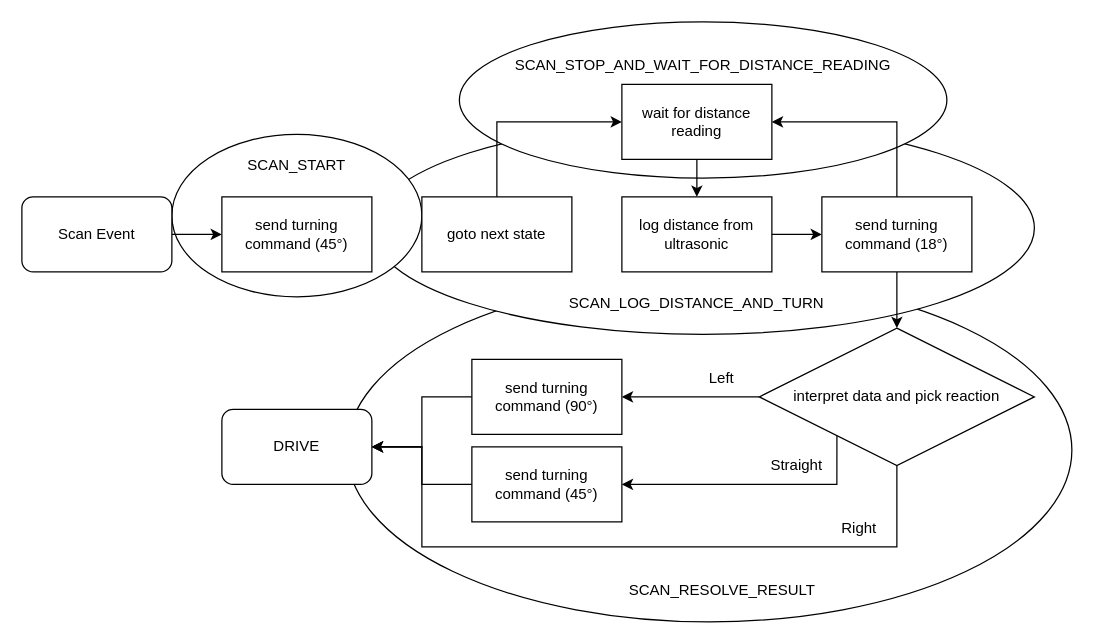
Before: doc/other-files/wandering_scan_diagram.drawio in xonder05/ROS2_For_Adeept_AWR, a draw.io diagram. Source tidied: cells renumbered, new cells numbered last; positions are measured from the earlier drawing's top-left corner, leaving out a move shared by most shapes. Both pictures are drawn from the tidied source at 125%, with x=0, y=0 at pixel (21, 21).
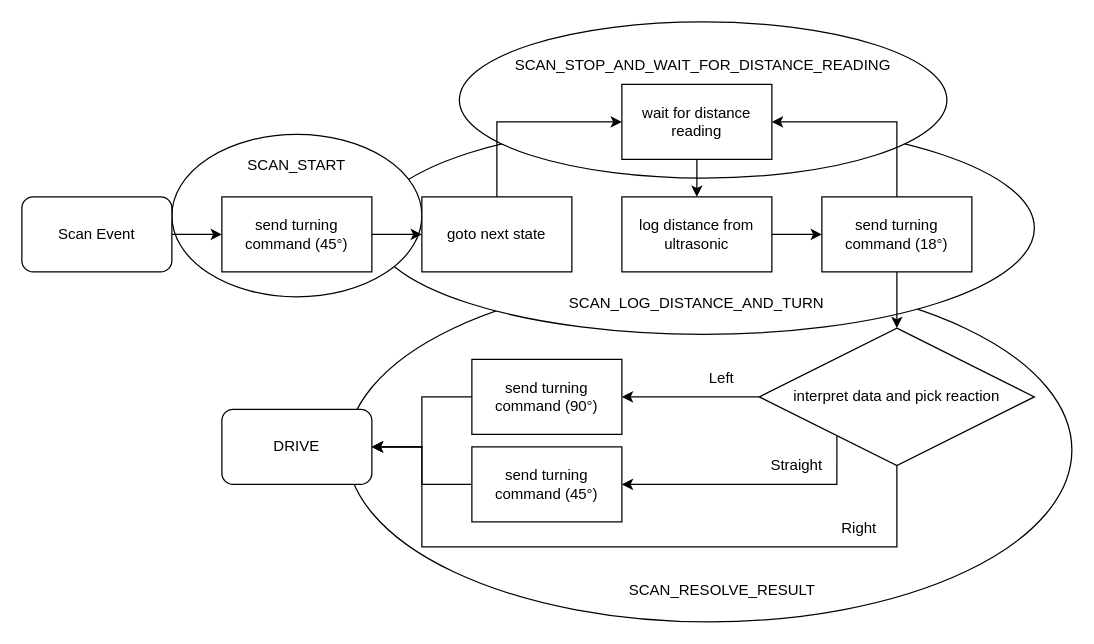
Above is the later version.

Unchanged cells that the change refers to:
```xml
<mxCell id="8" value="send turning command (45°)" style="rounded=0;whiteSpace=wrap;html=1;" parent="1" vertex="1">
  <mxGeometry x="160" y="140" width="120" height="60" as="geometry" />
</mxCell>
<mxCell id="19" value="goto next state" style="rounded=0;whiteSpace=wrap;html=1;" parent="1" vertex="1">
  <mxGeometry x="320" y="140" width="120" height="60" as="geometry" />
</mxCell>
```

Diff of the diagram source:
```diff
@@
+    <mxCell id="34" style="endArrow=classic;html=1;rounded=0;entryX=0;entryY=0.5;entryDx=0;entryDy=0;exitX=1;exitY=0.5;exitDx=0;exitDy=0;" parent="1" edge="1" source="8" target="19">
+      <mxGeometry relative="1" as="geometry" />
+    </mxCell>
```
